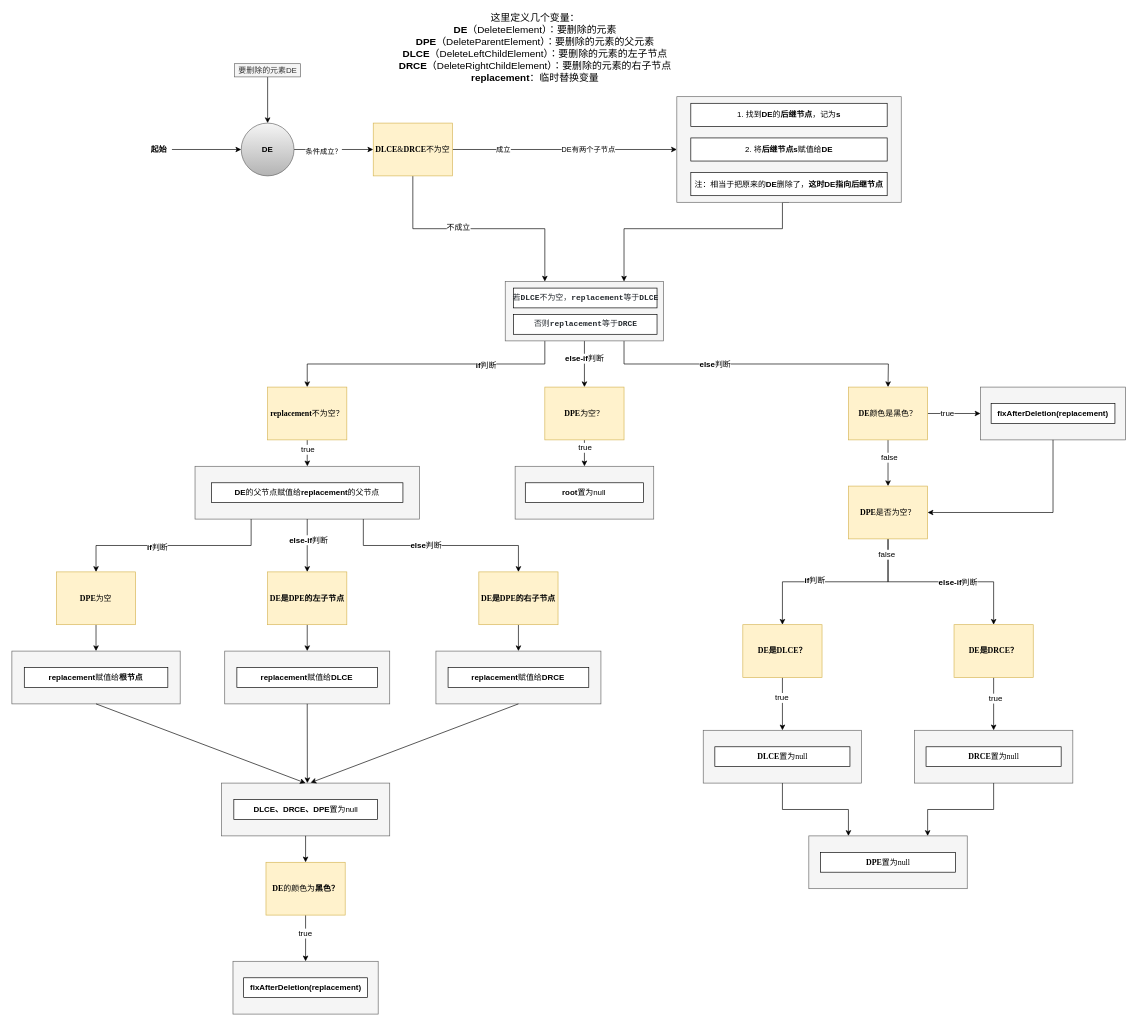
The draw.io diagram typora/JavaSE/6 集合/drawio/TreeMap/删除元素过程.drawio in LDChing0321/JavaLearn, before the edit. Source tidied: cells renumbered, new cells numbered last; positions are measured from the earlier drawing's top-left corner, leaving out a move shared by most shapes. Both pictures are drawn from the tidied source at 66%, with x=0, y=0 at pixel (11, 17).
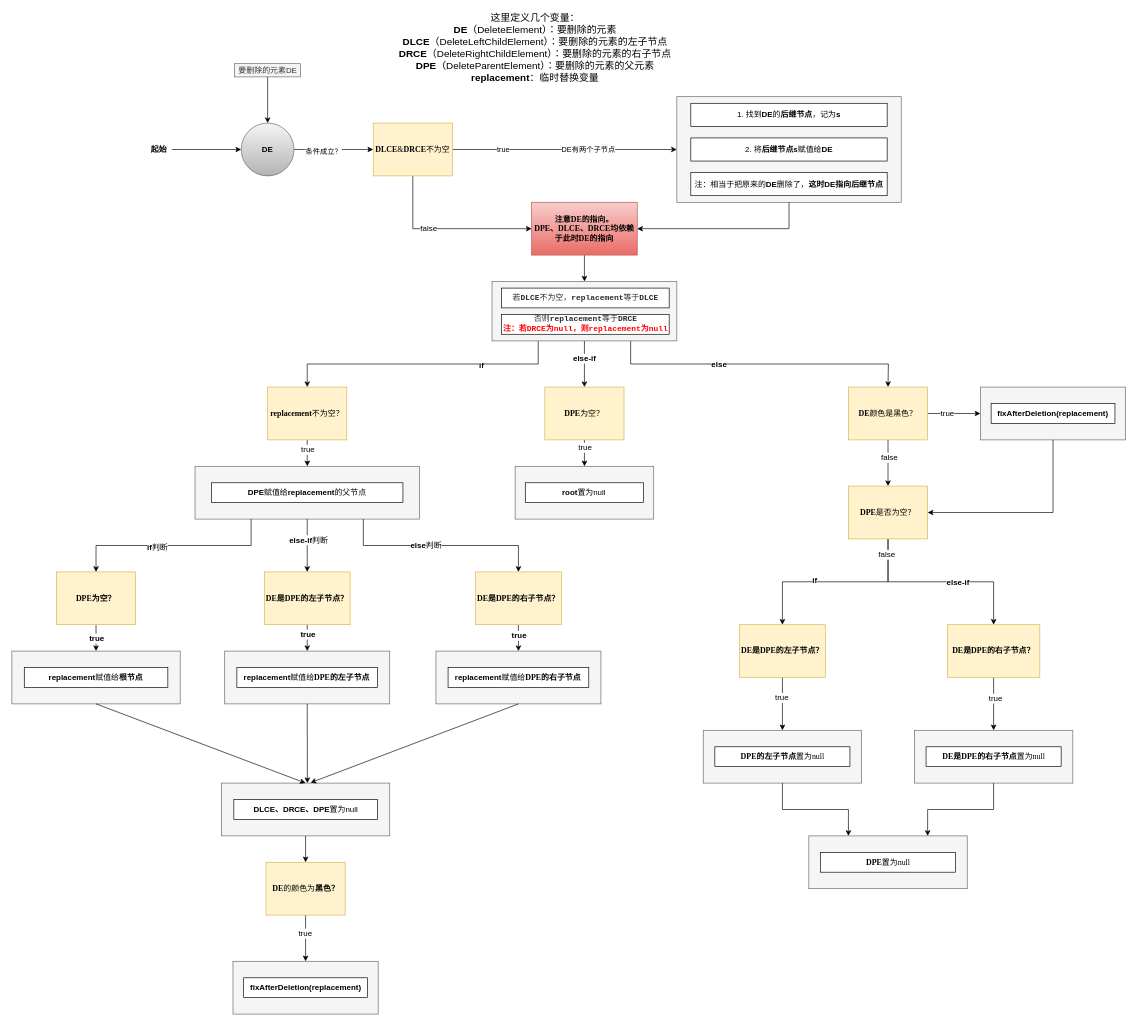
Above is the later version.

Commit message (it also covers changes not shown here):
更新删除元素过程.drawio

Unchanged cells that the change refers to:
```xml
<mxCell id="9" style="edgeStyle=orthogonalEdgeStyle;rounded=0;jettySize=auto;html=1;entryX=0;entryY=0.5;entryDx=0;entryDy=0;" parent="1" edge="1" source="14">
  <mxGeometry relative="1" as="geometry">
    <mxPoint x="1008" y="200" as="targetPoint" />
  </mxGeometry>
</mxCell>
<mxCell id="14" value="&lt;b&gt;DLCE&lt;/b&gt;&amp;amp;&lt;b&gt;DRCE&lt;/b&gt;不为空" style="rounded=0;whiteSpace=wrap;html=1;fontFamily=Times New Roman;align=center;fillColor=#fff2cc;strokeColor=#d6b656;" parent="1" vertex="1">
  <mxGeometry x="548" y="160" width="120" height="80" as="geometry" />
</mxCell>
<mxCell id="17" style="edgeStyle=orthogonalEdgeStyle;rounded=0;jettySize=auto;html=1;exitX=0.25;exitY=1;exitDx=0;exitDy=0;entryX=0.5;entryY=0;entryDx=0;entryDy=0;fontSize=12;" parent="1" edge="1" source="23" target="25">
  <mxGeometry relative="1" as="geometry" />
</mxCell>
<mxCell id="19" style="edgeStyle=orthogonalEdgeStyle;rounded=0;jettySize=auto;html=1;exitX=0.5;exitY=1;exitDx=0;exitDy=0;fontSize=12;entryX=0.5;entryY=0;entryDx=0;entryDy=0;" parent="1" edge="1" source="23" target="30">
  <mxGeometry relative="1" as="geometry" />
</mxCell>
<mxCell id="21" style="edgeStyle=orthogonalEdgeStyle;rounded=0;jettySize=auto;html=1;exitX=0.75;exitY=1;exitDx=0;exitDy=0;entryX=0.5;entryY=0;entryDx=0;entryDy=0;fontSize=12;" parent="1" edge="1" source="23">
  <mxGeometry relative="1" as="geometry">
    <mxPoint x="1328" y="560" as="targetPoint" />
  </mxGeometry>
</mxCell>
<mxCell id="32" style="rounded=0;whiteSpace=wrap;html=1;fillColor=#f5f5f5;strokeColor=#666666;fontColor=#333333;" parent="31" vertex="1">
  <mxGeometry width="340" height="160" as="geometry" />
</mxCell>
<mxCell id="36" style="group;" parent="1" vertex="1">
  <mxGeometry x="278" y="680" width="340" height="80" as="geometry" />
</mxCell>
<mxCell id="54" style="group;" parent="1" vertex="1">
  <mxGeometry x="323" y="960" width="250" height="80" as="geometry" />
</mxCell>
<mxCell id="57" style="group;" parent="1" vertex="1">
  <mxGeometry x="643" y="960" width="250" height="80" as="geometry" />
</mxCell>
<mxCell id="84" style="edgeStyle=orthogonalEdgeStyle;rounded=0;jettySize=auto;html=1;exitX=0.5;exitY=1;exitDx=0;exitDy=0;entryX=0.5;entryY=0;entryDx=0;entryDy=0;fontSize=12;" parent="1" edge="1" source="89" target="105">
  <mxGeometry relative="1" as="geometry" />
</mxCell>
<mxCell id="86" style="edgeStyle=orthogonalEdgeStyle;rounded=0;jettySize=auto;html=1;exitX=0.5;exitY=1;exitDx=0;exitDy=0;entryX=0.5;entryY=0;entryDx=0;entryDy=0;fontSize=12;" parent="1" edge="1" source="89" target="102">
  <mxGeometry relative="1" as="geometry" />
</mxCell>
<mxCell id="94" style="group;" parent="1" vertex="1">
  <mxGeometry x="1048" y="1080" width="240" height="80" as="geometry" />
</mxCell>
<mxCell id="97" style="group;" parent="1" vertex="1">
  <mxGeometry x="1368" y="1080" width="240" height="80" as="geometry" />
</mxCell>
```

Change to the diagram source:
```diff
@@
-    <mxCell id="10" value="成立" style="edgeLabel;html=1;align=center;verticalAlign=middle;" parent="9" vertex="1">
+    <mxCell id="10" value="true" style="edgeLabel;html=1;align=center;verticalAlign=middle;" parent="9" vertex="1">
       <mxGeometry x="0.21" y="2" relative="1" as="geometry">
         <mxPoint x="-129" y="2" as="offset" />
       </mxGeometry>
     </mxCell>
@@
-    <mxCell id="12" style="edgeStyle=orthogonalEdgeStyle;rounded=0;jettySize=auto;html=1;exitX=0.5;exitY=1;exitDx=0;exitDy=0;entryX=0.25;entryY=0;entryDx=0;entryDy=0;fontSize=12;" parent="1" edge="1" source="14" target="23">
-      <mxGeometry relative="1" as="geometry" />
-    </mxCell>
-    <mxCell id="13" value="不成立" style="edgeLabel;html=1;align=center;verticalAlign=middle;fontSize=12;" parent="12" vertex="1">
-      <mxGeometry x="-0.18" y="2" relative="1" as="geometry" />
-    </mxCell>
+    <mxCell id="109" style="edgeStyle=orthogonalEdgeStyle;rounded=0;jettySize=auto;html=1;exitX=0.5;exitY=1;exitDx=0;exitDy=0;entryX=0;entryY=0.5;entryDx=0;entryDy=0;fontSize=12;" parent="1" edge="1" source="14" target="112">
+      <mxGeometry relative="1" as="geometry" />
+    </mxCell>
+    <mxCell id="110" value="false" style="edgeLabel;html=1;align=center;verticalAlign=middle;fontSize=12;" parent="109" vertex="1">
+      <mxGeometry x="-0.21" y="1" relative="1" as="geometry" />
+    </mxCell>
@@
-    <mxCell id="15" value="&lt;font style=&quot;font-size: 15px&quot;&gt;这里定义几个变量：&lt;br&gt;&lt;b&gt;DE&lt;/b&gt;（DeleteElement）：要删除的元素&lt;br&gt;&lt;b&gt;DPE&lt;/b&gt;（DeleteParentElement）：要删除的元素的父元素&lt;br&gt;&lt;b&gt;DLCE&lt;/b&gt;（DeleteLeftChildElement）：要删除的元素的左子节点&lt;br&gt;&lt;b&gt;DRCE&lt;/b&gt;（DeleteRightChildElement）：要删除的元素的右子节点&lt;br&gt;&lt;b&gt;replacement&lt;/b&gt;：临时替换变量&lt;/font&gt;" style="text;html=1;align=center;verticalAlign=middle;strokeColor=none;" parent="1" vertex="1">
+    <mxCell id="15" value="&lt;font style=&quot;font-size: 15px&quot;&gt;这里定义几个变量：&lt;br&gt;&lt;b&gt;DE&lt;/b&gt;（DeleteElement）：要删除的元素&lt;br&gt;&lt;b&gt;DLCE&lt;/b&gt;（DeleteLeftChildElement）：要删除的元素的左子节点&lt;br&gt;&lt;b&gt;DRCE&lt;/b&gt;（DeleteRightChildElement）：要删除的元素的右子节点&lt;br&gt;&lt;b&gt;DPE&lt;/b&gt;（DeleteParentElement）：要删除的元素的父元素&lt;br&gt;&lt;b&gt;replacement&lt;/b&gt;：临时替换变量&lt;/font&gt;" style="text;html=1;align=center;verticalAlign=middle;strokeColor=none;" parent="1" vertex="1">
       <mxGeometry x="573" width="440" height="90" as="geometry" />
     </mxCell>
-    <mxCell id="16" style="edgeStyle=orthogonalEdgeStyle;rounded=0;jettySize=auto;html=1;exitX=0.5;exitY=1;exitDx=0;exitDy=0;entryX=0.75;entryY=0;entryDx=0;entryDy=0;fontSize=12;" parent="1" edge="1" source="32" target="23">
-      <mxGeometry relative="1" as="geometry">
-        <Array as="points">
-          <mxPoint x="1168" y="320" />
-          <mxPoint x="928" y="320" />
-        </Array>
-      </mxGeometry>
-    </mxCell>
@@
-    <mxCell id="18" value="&lt;b&gt;if&lt;/b&gt;判断" style="edgeLabel;html=1;align=center;verticalAlign=middle;fontSize=12;" parent="17" vertex="1">
+    <mxCell id="18" value="&lt;b&gt;if&lt;/b&gt;" style="edgeLabel;html=1;align=center;verticalAlign=middle;fontSize=12;" parent="17" vertex="1">
       <mxGeometry x="-0.42" y="1" relative="1" as="geometry" />
     </mxCell>
@@
-    <mxCell id="20" value="&lt;b&gt;else-if&lt;/b&gt;判断" style="edgeLabel;html=1;align=center;verticalAlign=middle;fontSize=12;" parent="19" vertex="1">
+    <mxCell id="20" value="&lt;b&gt;else-if&lt;/b&gt;" style="edgeLabel;html=1;align=center;verticalAlign=middle;fontSize=12;" parent="19" vertex="1">
       <mxGeometry x="-0.25" y="-1" relative="1" as="geometry" />
     </mxCell>
@@
-    <mxCell id="22" value="&lt;b&gt;else&lt;/b&gt;判断" style="edgeLabel;html=1;align=center;verticalAlign=middle;fontSize=12;" parent="21" vertex="1">
+    <mxCell id="22" value="&lt;b&gt;else&lt;/b&gt;" style="edgeLabel;html=1;align=center;verticalAlign=middle;fontSize=12;" parent="21" vertex="1">
       <mxGeometry x="-0.27" relative="1" as="geometry" />
     </mxCell>
-    <mxCell id="23" value="&lt;pre style=&quot;color: rgb(36 , 41 , 46) ; font-family: &amp;#34;jetbrains mono&amp;#34; , monospace ; font-size: 12px&quot;&gt;&lt;br&gt;&lt;/pre&gt;" style="rounded=0;whiteSpace=wrap;html=1;fillColor=#f5f5f5;strokeColor=#666666;fontColor=#333333;fontSize=12;" parent="1" vertex="1">
-      <mxGeometry x="748" y="400" width="240" height="90" as="geometry" />
-    </mxCell>
@@
-    <mxCell id="26" value="&lt;pre style=&quot;color: rgb(36 , 41 , 46) ; font-family: &amp;#34;jetbrains mono&amp;#34; , monospace&quot;&gt;若&lt;b&gt;DLCE&lt;/b&gt;不为空，&lt;b&gt;replacement&lt;/b&gt;等于&lt;b&gt;DLCE&lt;/b&gt;&lt;/pre&gt;" style="rounded=0;whiteSpace=wrap;html=1;align=center;" parent="1" vertex="1">
-      <mxGeometry x="760.5" y="410" width="217.5" height="30" as="geometry" />
-    </mxCell>
-    <mxCell id="27" value="&lt;pre style=&quot;color: rgb(36 , 41 , 46) ; font-family: &amp;#34;jetbrains mono&amp;#34; , monospace&quot;&gt;&lt;span style=&quot;white-space: normal&quot;&gt;否则&lt;b&gt;replacement&lt;/b&gt;等于&lt;b&gt;DRCE&lt;/b&gt;&lt;/span&gt;&lt;br&gt;&lt;/pre&gt;" style="rounded=0;whiteSpace=wrap;html=1;align=center;" parent="1" vertex="1">
-      <mxGeometry x="760.5" y="450" width="217.5" height="30" as="geometry" />
-    </mxCell>
@@
-    <mxCell id="38" value="&lt;b&gt;DE&lt;/b&gt;的父节点赋值给&lt;b&gt;replacement&lt;/b&gt;的父节点" style="rounded=0;whiteSpace=wrap;html=1;align=center;" parent="36" vertex="1">
+    <mxCell id="38" value="&lt;b&gt;DPE&lt;/b&gt;赋值给&lt;b&gt;replacement&lt;/b&gt;的父节点" style="rounded=0;whiteSpace=wrap;html=1;align=center;" parent="36" vertex="1">
       <mxGeometry x="25" y="25" width="290" height="30" as="geometry" />
     </mxCell>
@@
-    <mxCell id="40" value="&lt;b&gt;DPE&lt;/b&gt;为空" style="rounded=0;whiteSpace=wrap;html=1;fontFamily=Times New Roman;align=center;fillColor=#fff2cc;strokeColor=#d6b656;fontStyle=0;" parent="1" vertex="1">
+    <mxCell id="40" value="&lt;b&gt;DPE为空？&lt;/b&gt;" style="rounded=0;whiteSpace=wrap;html=1;fontFamily=Times New Roman;align=center;fillColor=#fff2cc;strokeColor=#d6b656;fontStyle=0;" parent="1" vertex="1">
       <mxGeometry x="68" y="840" width="120" height="80" as="geometry" />
     </mxCell>
@@
-    <mxCell id="42" value="&lt;b&gt;DE是DPE的左子节点&lt;/b&gt;" style="rounded=0;whiteSpace=wrap;html=1;fontFamily=Times New Roman;align=center;fillColor=#fff2cc;strokeColor=#d6b656;fontStyle=0;" parent="1" vertex="1">
-      <mxGeometry x="388" y="840" width="120" height="80" as="geometry" />
+    <mxCell id="42" value="&lt;b&gt;DE是DPE的左子节点？&lt;/b&gt;" style="rounded=0;whiteSpace=wrap;html=1;fontFamily=Times New Roman;align=center;fillColor=#fff2cc;strokeColor=#d6b656;fontStyle=0;" parent="1" vertex="1">
+      <mxGeometry x="383" y="840" width="130" height="80" as="geometry" />
     </mxCell>
@@
-    <mxCell id="44" value="&lt;b&gt;DE是DPE的右子节点&lt;/b&gt;" style="rounded=0;whiteSpace=wrap;html=1;fontFamily=Times New Roman;align=center;fillColor=#fff2cc;strokeColor=#d6b656;fontStyle=0;" parent="1" vertex="1">
-      <mxGeometry x="708" y="840" width="120" height="80" as="geometry" />
+    <mxCell id="44" value="&lt;b&gt;DE是DPE的右子节点？&lt;/b&gt;" style="rounded=0;whiteSpace=wrap;html=1;fontFamily=Times New Roman;align=center;fillColor=#fff2cc;strokeColor=#d6b656;fontStyle=0;" parent="1" vertex="1">
+      <mxGeometry x="703" y="840" width="130" height="80" as="geometry" />
     </mxCell>
@@
-    <mxCell id="56" value="&lt;b&gt;replacement&lt;/b&gt;赋值给&lt;b&gt;DLCE&lt;/b&gt;" style="rounded=0;whiteSpace=wrap;html=1;align=center;" parent="54" vertex="1">
+    <mxCell id="56" value="&lt;b&gt;replacement&lt;/b&gt;赋值给&lt;b style=&quot;font-family: &amp;#34;times new roman&amp;#34;&quot;&gt;DPE的左子节点&lt;/b&gt;" style="rounded=0;whiteSpace=wrap;html=1;align=center;" parent="54" vertex="1">
       <mxGeometry x="18.4" y="25" width="213.2" height="30" as="geometry" />
     </mxCell>
@@
-    <mxCell id="59" value="&lt;b&gt;replacement&lt;/b&gt;赋值给&lt;b&gt;DRCE&lt;/b&gt;" style="rounded=0;whiteSpace=wrap;html=1;align=center;" parent="57" vertex="1">
+    <mxCell id="59" value="&lt;b&gt;replacement&lt;/b&gt;赋值给&lt;b style=&quot;font-family: &amp;#34;times new roman&amp;#34;&quot;&gt;DPE的右子节点&lt;/b&gt;" style="rounded=0;whiteSpace=wrap;html=1;align=center;" parent="57" vertex="1">
       <mxGeometry x="18.4" y="25" width="213.2" height="30" as="geometry" />
     </mxCell>
@@
-    <mxCell id="85" value="&lt;b&gt;if&lt;/b&gt;判断" style="edgeLabel;html=1;align=center;verticalAlign=middle;fontSize=12;" parent="84" vertex="1">
+    <mxCell id="85" value="&lt;b&gt;if&lt;/b&gt;" style="edgeLabel;html=1;align=center;verticalAlign=middle;fontSize=12;" parent="84" vertex="1">
       <mxGeometry x="0.22" y="-2" relative="1" as="geometry" />
     </mxCell>
@@
-    <mxCell id="88" value="&lt;b&gt;else-if&lt;/b&gt;判断" style="edgeLabel;html=1;align=center;verticalAlign=middle;fontSize=12;" parent="86" vertex="1">
+    <mxCell id="88" value="&lt;b&gt;else-if&lt;/b&gt;" style="edgeLabel;html=1;align=center;verticalAlign=middle;fontSize=12;" parent="86" vertex="1">
       <mxGeometry x="0.17" relative="1" as="geometry" />
     </mxCell>
@@
-    <mxCell id="96" value="&lt;b style=&quot;font-family: &amp;#34;times new roman&amp;#34;&quot;&gt;DLCE&lt;/b&gt;&lt;span style=&quot;font-family: &amp;#34;times new roman&amp;#34;&quot;&gt;置为null&lt;/span&gt;" style="rounded=0;whiteSpace=wrap;html=1;align=center;" parent="94" vertex="1">
+    <mxCell id="96" value="&lt;b style=&quot;font-family: &amp;#34;times new roman&amp;#34;&quot;&gt;DPE的左子节点&lt;/b&gt;&lt;span style=&quot;font-family: &amp;#34;times new roman&amp;#34;&quot;&gt;置为null&lt;/span&gt;" style="rounded=0;whiteSpace=wrap;html=1;align=center;" parent="94" vertex="1">
       <mxGeometry x="17.6" y="25" width="204.7" height="30" as="geometry" />
     </mxCell>
@@
-    <mxCell id="99" value="&lt;b style=&quot;font-family: &amp;#34;times new roman&amp;#34;&quot;&gt;DRCE&lt;/b&gt;&lt;span style=&quot;font-family: &amp;#34;times new roman&amp;#34;&quot;&gt;置为null&lt;/span&gt;" style="rounded=0;whiteSpace=wrap;html=1;align=center;" parent="97" vertex="1">
+    <mxCell id="99" value="&lt;b style=&quot;font-family: &amp;#34;times new roman&amp;#34;&quot;&gt;DE是DPE的右子节点&lt;/b&gt;&lt;span style=&quot;font-family: &amp;#34;times new roman&amp;#34;&quot;&gt;置为null&lt;/span&gt;" style="rounded=0;whiteSpace=wrap;html=1;align=center;" parent="97" vertex="1">
       <mxGeometry x="17.6" y="25" width="204.7" height="30" as="geometry" />
     </mxCell>
@@
-    <mxCell id="102" value="&lt;b&gt;DE是DRCE？&lt;/b&gt;" style="rounded=0;whiteSpace=wrap;html=1;fontFamily=Times New Roman;align=center;fillColor=#fff2cc;strokeColor=#d6b656;fontStyle=0;" parent="1" vertex="1">
-      <mxGeometry x="1428" y="920" width="120" height="80" as="geometry" />
+    <mxCell id="102" value="&lt;b&gt;DE是DPE的右子节点？&lt;/b&gt;" style="rounded=0;whiteSpace=wrap;html=1;fontFamily=Times New Roman;align=center;fillColor=#fff2cc;strokeColor=#d6b656;fontStyle=0;" parent="1" vertex="1">
+      <mxGeometry x="1418" y="920" width="140" height="80" as="geometry" />
     </mxCell>
@@
-    <mxCell id="105" value="&lt;b&gt;DE是DLCE？&lt;/b&gt;" style="rounded=0;whiteSpace=wrap;html=1;fontFamily=Times New Roman;align=center;fillColor=#fff2cc;strokeColor=#d6b656;fontStyle=0;" parent="1" vertex="1">
-      <mxGeometry x="1108" y="920" width="120" height="80" as="geometry" />
+    <mxCell id="105" value="&lt;b&gt;DE是DPE的左子节点？&lt;/b&gt;" style="rounded=0;whiteSpace=wrap;html=1;fontFamily=Times New Roman;align=center;fillColor=#fff2cc;strokeColor=#d6b656;fontStyle=0;" parent="1" vertex="1">
+      <mxGeometry x="1103" y="920" width="130" height="80" as="geometry" />
     </mxCell>
@@
+    <mxCell id="111" style="edgeStyle=orthogonalEdgeStyle;rounded=0;jettySize=auto;html=1;exitX=0.5;exitY=1;exitDx=0;exitDy=0;entryX=0.5;entryY=0;entryDx=0;entryDy=0;fontSize=12;" parent="1" edge="1" source="112" target="23">
+      <mxGeometry relative="1" as="geometry" />
+    </mxCell>
+    <mxCell id="112" value="&lt;b&gt;注意DE的指向。&lt;br&gt;DPE、DLCE、DRCE均依赖于此时DE的指向&lt;br&gt;&lt;/b&gt;" style="rounded=0;whiteSpace=wrap;html=1;fontFamily=Times New Roman;align=center;fillColor=#f8cecc;strokeColor=#b85450;gradientColor=#ea6b66;" parent="1" vertex="1">
+      <mxGeometry x="788" y="280" width="160" height="80" as="geometry" />
+    </mxCell>
+    <mxCell id="113" style="edgeStyle=orthogonalEdgeStyle;rounded=0;jettySize=auto;html=1;exitX=0.5;exitY=1;exitDx=0;exitDy=0;entryX=1;entryY=0.5;entryDx=0;entryDy=0;fontSize=12;" parent="1" edge="1" source="32" target="112">
+      <mxGeometry relative="1" as="geometry" />
+    </mxCell>
+    <mxCell id="114" style="group;" parent="1" vertex="1">
+      <mxGeometry x="728" y="400" width="280" height="90" as="geometry" />
+    </mxCell>
+    <mxCell id="23" value="&lt;pre style=&quot;color: rgb(36 , 41 , 46) ; font-family: &amp;#34;jetbrains mono&amp;#34; , monospace ; font-size: 12px&quot;&gt;&lt;br&gt;&lt;/pre&gt;" style="rounded=0;whiteSpace=wrap;html=1;fillColor=#f5f5f5;strokeColor=#666666;fontColor=#333333;fontSize=12;" parent="114" vertex="1">
+      <mxGeometry width="280" height="90" as="geometry" />
+    </mxCell>
+    <mxCell id="26" value="&lt;pre style=&quot;color: rgb(36 , 41 , 46) ; font-family: &amp;#34;jetbrains mono&amp;#34; , monospace&quot;&gt;若&lt;b&gt;DLCE&lt;/b&gt;不为空，&lt;b&gt;replacement&lt;/b&gt;等于&lt;b&gt;DLCE&lt;/b&gt;&lt;/pre&gt;" style="rounded=0;whiteSpace=wrap;html=1;align=center;" parent="114" vertex="1">
+      <mxGeometry x="14.6" y="10" width="253.8" height="30" as="geometry" />
+    </mxCell>
+    <mxCell id="27" value="&lt;pre style=&quot;font-family: &amp;#34;jetbrains mono&amp;#34; , monospace&quot;&gt;&lt;span style=&quot;color: rgb(36 , 41 , 46) ; white-space: normal&quot;&gt;否则&lt;b&gt;replacement&lt;/b&gt;等于&lt;b&gt;DRCE&lt;br&gt;&lt;/b&gt;&lt;/span&gt;&lt;b&gt;&lt;font color=&quot;#ff0000&quot;&gt;注：若DRCE为null，则replacement为null&lt;/font&gt;&lt;/b&gt;&lt;/pre&gt;" style="rounded=0;whiteSpace=wrap;html=1;align=center;" parent="114" vertex="1">
+      <mxGeometry x="14.6" y="50" width="253.8" height="30" as="geometry" />
+    </mxCell>
+    <mxCell id="115" value="&lt;b&gt;true&lt;/b&gt;" style="edgeLabel;html=1;align=center;verticalAlign=middle;fontSize=12;" parent="1" vertex="1">
+      <mxGeometry x="128" y="940" as="geometry" />
+    </mxCell>
+    <mxCell id="116" value="&lt;b&gt;true&lt;/b&gt;" style="edgeLabel;html=1;align=center;verticalAlign=middle;fontSize=12;" parent="1" vertex="1">
+      <mxGeometry x="448" y="934" as="geometry" />
+    </mxCell>
+    <mxCell id="117" value="&lt;b&gt;true&lt;/b&gt;" style="edgeLabel;html=1;align=center;verticalAlign=middle;fontSize=12;" parent="1" vertex="1">
+      <mxGeometry x="771" y="934" as="geometry">
+        <mxPoint x="-3" y="2" as="offset" />
+      </mxGeometry>
+    </mxCell>
```
